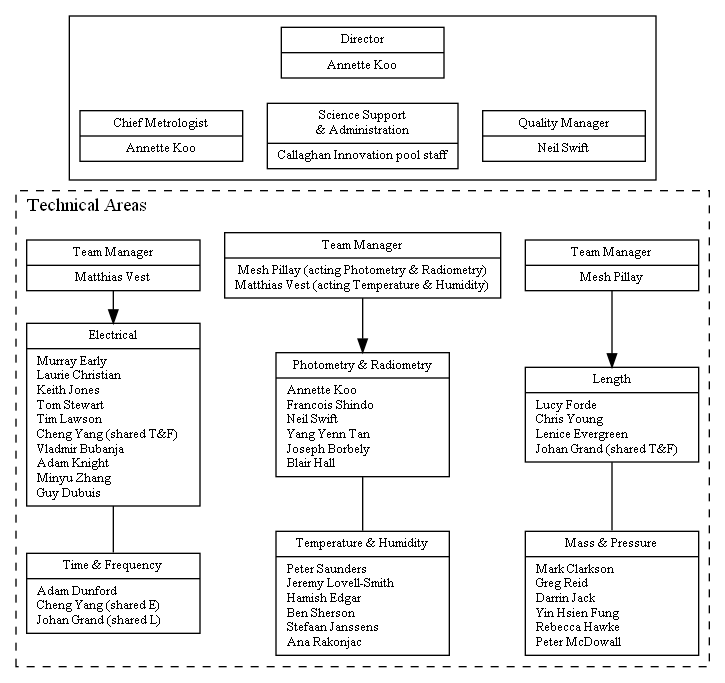
Above: quality_manual_document/pictures/MSL_org_full.png in MSLNZ/Quality-Manual (Graphviz), before the change. Its source is kept beside it as quality_manual_document/pictures/MSL_org_full.gv.
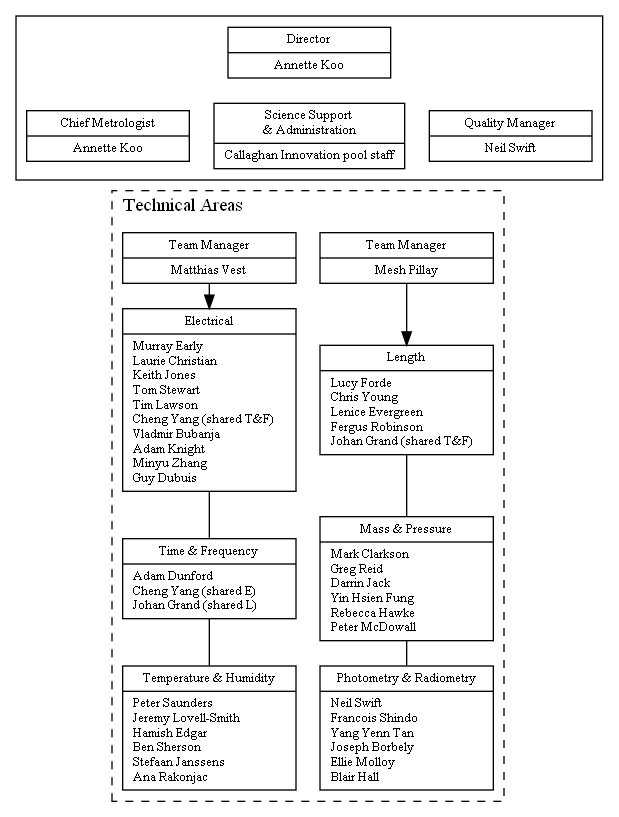
The same diagram one commit later.

The edit, as a diff of the source:
```diff
@@ -64,12 +64,6 @@
         ];
 
 
-        TeamTemperatureLight[
-            label="{Team Manager|"
-            +   "Mesh Pillay (acting Photometry & Radiometry)\n"
-            +   "Matthias Vest (acting Temperature & Humidity)\n"
-            +   "}"
-        ];
 
         TeamElectricalTime[
             label="{Team Manager|"
@@ -77,12 +71,12 @@
             +   "}"
         ];
 
-        {rank=same; TeamLengthMass, TeamTemperatureLight, TeamElectricalTime; }
-
+	{rank=same; TeamLengthMass, TeamElectricalTime; }
         S_length [label = "{ Length| "
         +   "Lucy Forde\l"
         +   "Chris Young\l"
         +   "Lenice Evergreen\l"
+        +   "Fergus Robinson\l"
         +	"Johan Grand (shared T&F)\l"
         +   "}"
         ];
@@ -112,12 +106,12 @@
         ];
 
         S_photometry_radiometry [label = "{Photometry & Radiometry| "
-        +   "Annette Koo\l"
+        +	"Neil Swift\l"
         +	"Francois Shindo\l"
-        +	"Neil Swift\l"
         +	"Yang Yenn Tan\l"
         +	"Joseph Borbely\l"
-		+	"Blair Hall\l"
+        +       "Ellie Molloy\l"
+	+	"Blair Hall\l"
         +   "}"
         ];
 
@@ -145,12 +139,11 @@
 
     }
     CM -> TeamElectricalTime [style=invis];
-    SSC -> TeamTemperatureLight [style=invis];
     QM -> TeamLengthMass  [style=invis];
     TeamElectricalTime -> S_electrical ;
     S_electrical -> S_time_frequency [arrowsize=0] ;
-    TeamTemperatureLight -> S_photometry_radiometry ;
-    S_photometry_radiometry ->  S_temperature_humidity[arrowsize=0] ;
-    TeamLengthMass -> S_length ;
+	S_time_frequency -> S_temperature_humidity [arrowsize=0];
+      TeamLengthMass -> S_length ;
     S_length  ->  S_mass_pressure [arrowsize=0] ;
+    S_mass_pressure  ->  S_photometry_radiometry [arrowsize=0];
 }
```
